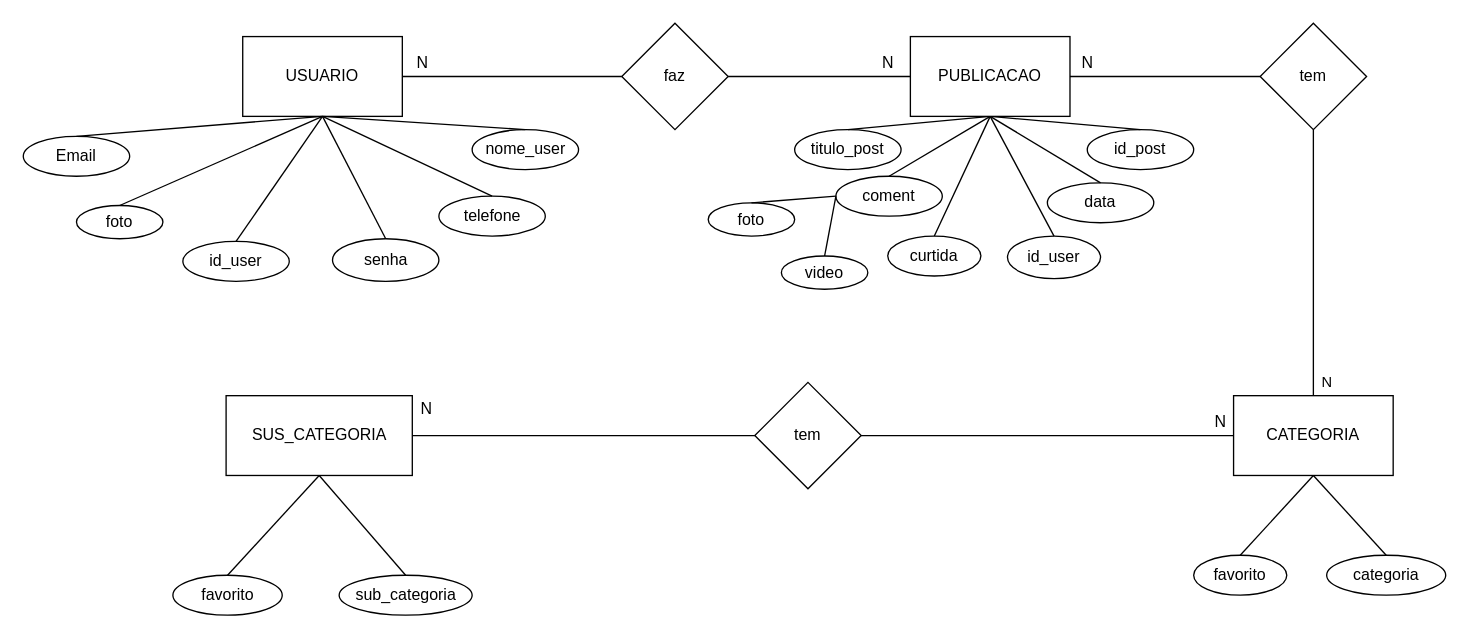
Before: docs/der/diagramaAtualizado.drawio in Joao-Augusto0/trabalho-forum, a draw.io diagram. Source tidied: cells renumbered, new cells numbered last; positions are measured from the earlier drawing's top-left corner, leaving out a move shared by most shapes. Both pictures are drawn from the tidied source at 133%, with x=0, y=0 at pixel (23, 23).
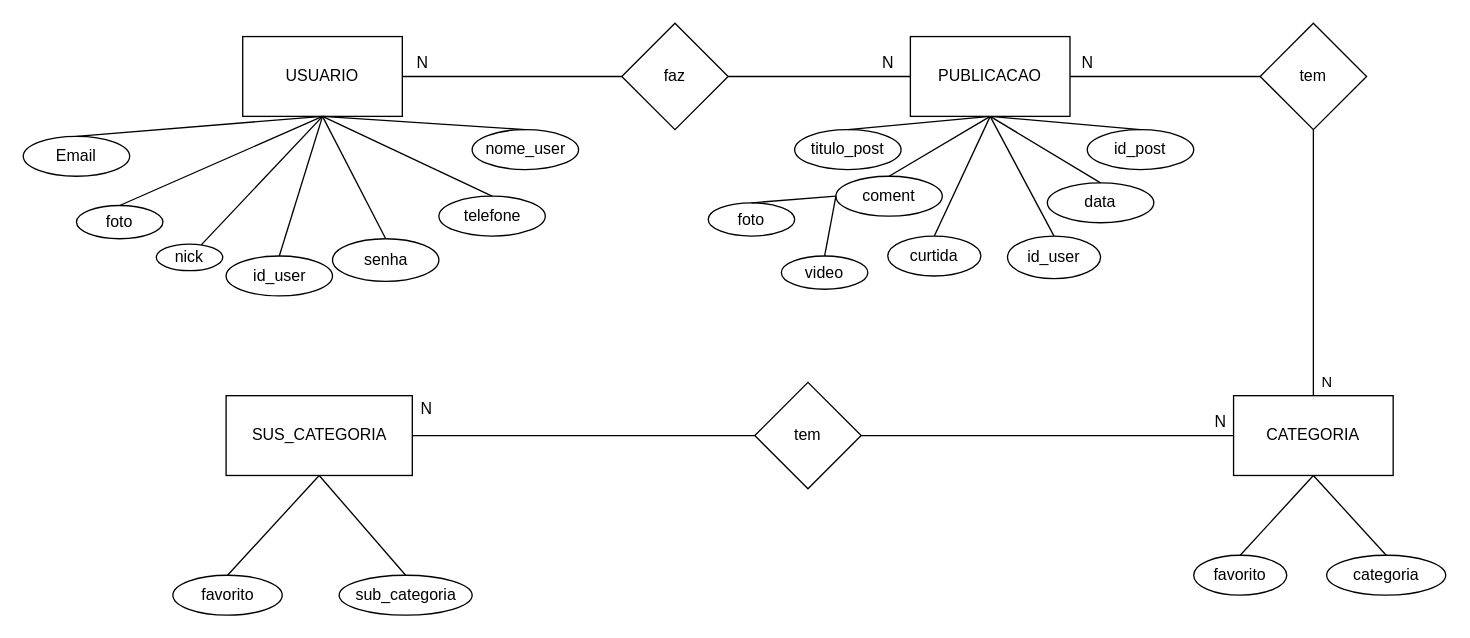
After the change.

The change refers to these unchanged cells:
```xml
<mxCell id="2" value="USUARIO" style="rounded=0;whiteSpace=wrap;html=1;" parent="1" vertex="1">
  <mxGeometry x="165" y="10" width="120" height="60" as="geometry" />
</mxCell>
```

What changed in the source:
```diff
@@
     <mxCell id="3" value="&lt;div&gt;id_user&lt;/div&gt;" style="ellipse;whiteSpace=wrap;html=1;" parent="1" vertex="1">
-      <mxGeometry x="120" y="164" width="80" height="30" as="geometry" />
+      <mxGeometry x="152.5" y="175" width="80" height="30" as="geometry" />
     </mxCell>
@@
+    <mxCell id="58" value="&lt;div&gt;&lt;div&gt;&lt;div&gt;&lt;font&gt;nick&lt;/font&gt;&lt;br&gt;&lt;/div&gt;&lt;/div&gt;&lt;/div&gt;" style="ellipse;whiteSpace=wrap;html=1;" parent="1" vertex="1">
+      <mxGeometry x="100" y="166" width="50" height="20" as="geometry" />
+    </mxCell>
+    <mxCell id="59" style="endArrow=none;html=1;rounded=0;exitX=0.5;exitY=1;exitDx=0;exitDy=0;" parent="1" edge="1" source="2" target="58">
+      <mxGeometry relative="1" as="geometry" />
+    </mxCell>
```
